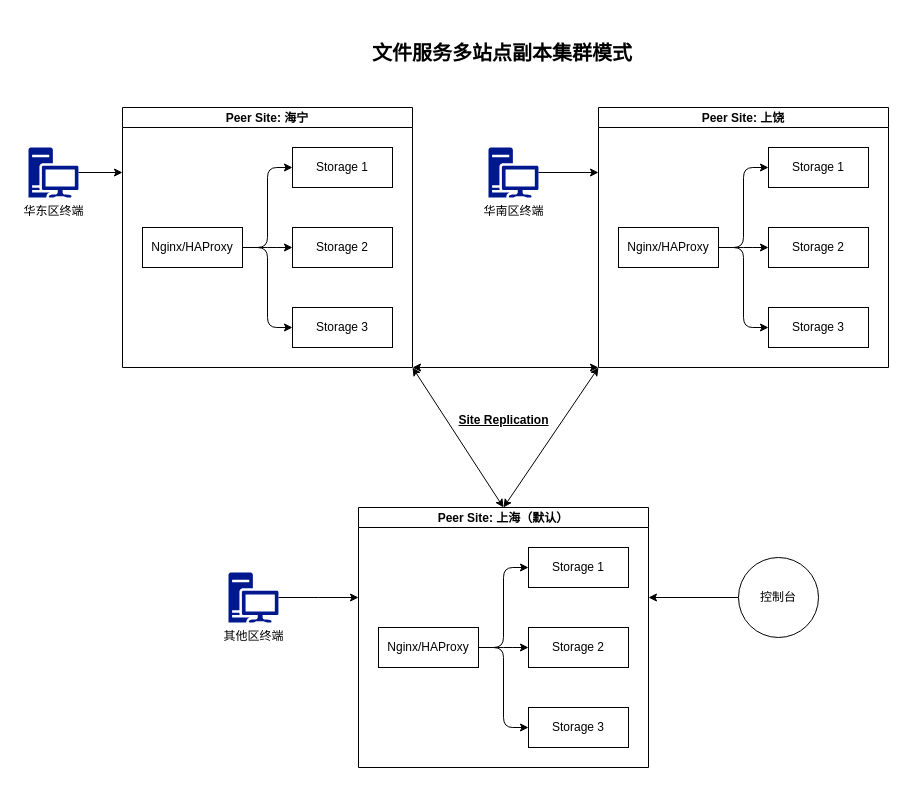
This is minio_replica.drawio from luxiao/drawio, a draw.io file, before an edit. Source tidied: cells renumbered, new cells numbered last; positions are measured from the earlier drawing's top-left corner, leaving out a move shared by most shapes. Both pictures are drawn from the tidied source at 100%, with x=0, y=0 at pixel (28, 17).
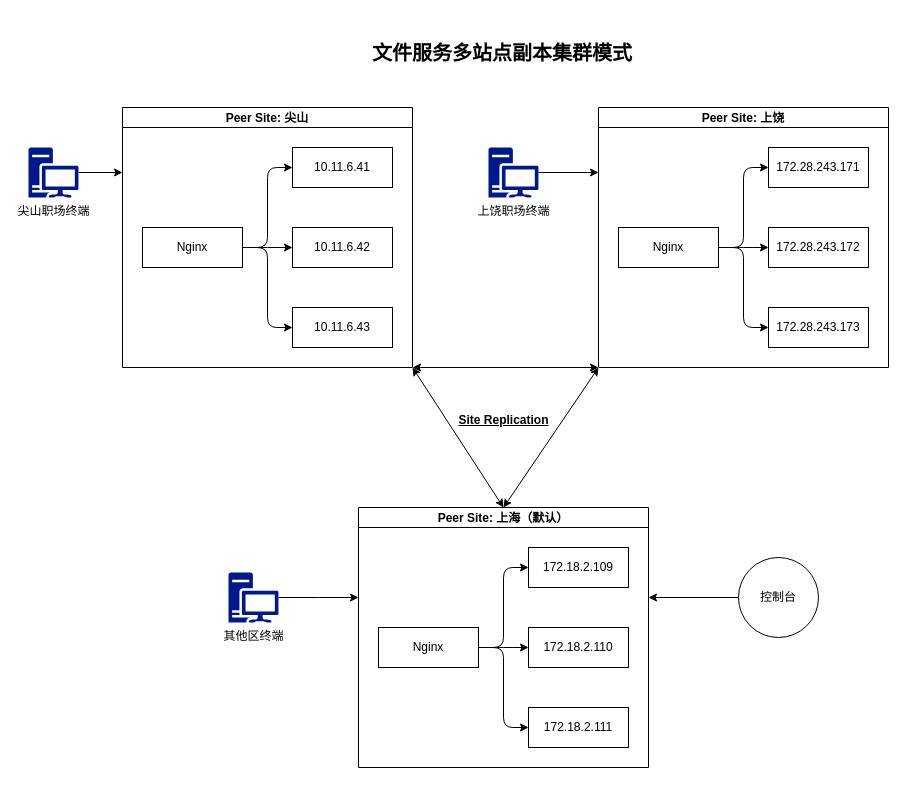
Above is the later version.

Unchanged cells that the change refers to:
```xml
<mxCell id="2" value="Peer Site: 上饶" style="swimlane;startSize=20;horizontal=1;horizontalTree=1;containerType=tree;fontSize=12;" parent="1" vertex="1">
  <mxGeometry x="570" y="90" width="290" height="260" as="geometry" />
</mxCell>
<mxCell id="11" value="Peer Site: 上海（默认）" style="swimlane;startSize=20;horizontal=1;horizontalTree=1;containerType=tree;fontSize=12;" parent="1" vertex="1">
  <mxGeometry x="330" y="490" width="290" height="260" as="geometry" />
</mxCell>
```

What changed in the source:
```diff
@@
-    <mxCell id="3" value="Nginx/HAProxy" style="whiteSpace=wrap;html=1;points=[[0,0,0,0,0],[0,0.25,0,0,0],[0,0.5,0,0,0],[0,0.75,0,0,0],[0,1,0,0,0],[0.25,0,0,0,0],[0.25,1,0,0,0],[0.5,0,0,0,0],[0.5,1,0,0,0],[0.75,0,0,0,0],[0.75,1,0,0,0],[1,0,0,0,0],[1,0.25,0,0,0],[1,0.5,0,0,0],[1,0.75,0,0,0],[1,1,0,0,0]];" parent="2" vertex="1">
+    <mxCell id="3" value="Nginx" style="whiteSpace=wrap;html=1;points=[[0,0,0,0,0],[0,0.25,0,0,0],[0,0.5,0,0,0],[0,0.75,0,0,0],[0,1,0,0,0],[0.25,0,0,0,0],[0.25,1,0,0,0],[0.5,0,0,0,0],[0.5,1,0,0,0],[0.75,0,0,0,0],[0.75,1,0,0,0],[1,0,0,0,0],[1,0.25,0,0,0],[1,0.5,0,0,0],[1,0.75,0,0,0],[1,1,0,0,0]];" parent="2" vertex="1">
       <mxGeometry x="20" y="120" width="100" height="40" as="geometry" />
     </mxCell>
-    <mxCell id="4" value="Storage 1" style="whiteSpace=wrap;html=1;" parent="2" vertex="1">
+    <mxCell id="4" value="172.28.243.171" style="whiteSpace=wrap;html=1;" parent="2" vertex="1">
       <mxGeometry x="170" y="40" width="100" height="40" as="geometry" />
     </mxCell>
@@
-    <mxCell id="6" value="Storage 2" style="whiteSpace=wrap;html=1;" parent="2" vertex="1">
-      <mxGeometry x="170" y="120" width="100" height="40" as="geometry" />
+    <mxCell id="6" value="172.28.243.173" style="whiteSpace=wrap;html=1;" parent="2" vertex="1">
+      <mxGeometry x="170" y="200" width="100" height="40" as="geometry" />
     </mxCell>
@@
-    <mxCell id="9" value="Storage 3" style="whiteSpace=wrap;html=1;points=[[0,0,0,0,0],[0,0.25,0,0,0],[0,0.5,0,0,0],[0,0.75,0,0,0],[0,1,0,0,0],[0.25,0,0,0,0],[0.25,1,0,0,0],[0.5,0,0,0,0],[0.5,1,0,0,0],[0.75,0,0,0,0],[0.75,1,0,0,0],[1,0,0,0,0],[1,0.25,0,0,0],[1,0.5,0,0,0],[1,0.75,0,0,0],[1,1,0,0,0]];" parent="2" vertex="1">
-      <mxGeometry x="170" y="200" width="100" height="40" as="geometry" />
+    <mxCell id="9" value="&lt;div&gt;172.28.243.172&lt;/div&gt;" style="whiteSpace=wrap;html=1;points=[[0,0,0,0,0],[0,0.25,0,0,0],[0,0.5,0,0,0],[0,0.75,0,0,0],[0,1,0,0,0],[0.25,0,0,0,0],[0.25,1,0,0,0],[0.5,0,0,0,0],[0.5,1,0,0,0],[0.75,0,0,0,0],[0.75,1,0,0,0],[1,0,0,0,0],[1,0.25,0,0,0],[1,0.5,0,0,0],[1,0.75,0,0,0],[1,1,0,0,0]];" parent="2" vertex="1">
+      <mxGeometry x="170" y="120" width="100" height="40" as="geometry" />
     </mxCell>
@@
-    <mxCell id="12" value="Nginx/HAProxy" style="whiteSpace=wrap;html=1;points=[[0,0,0,0,0],[0,0.25,0,0,0],[0,0.5,0,0,0],[0,0.75,0,0,0],[0,1,0,0,0],[0.25,0,0,0,0],[0.25,1,0,0,0],[0.5,0,0,0,0],[0.5,1,0,0,0],[0.75,0,0,0,0],[0.75,1,0,0,0],[1,0,0,0,0],[1,0.25,0,0,0],[1,0.5,0,0,0],[1,0.75,0,0,0],[1,1,0,0,0]];" parent="11" vertex="1">
+    <mxCell id="12" value="Nginx" style="whiteSpace=wrap;html=1;points=[[0,0,0,0,0],[0,0.25,0,0,0],[0,0.5,0,0,0],[0,0.75,0,0,0],[0,1,0,0,0],[0.25,0,0,0,0],[0.25,1,0,0,0],[0.5,0,0,0,0],[0.5,1,0,0,0],[0.75,0,0,0,0],[0.75,1,0,0,0],[1,0,0,0,0],[1,0.25,0,0,0],[1,0.5,0,0,0],[1,0.75,0,0,0],[1,1,0,0,0]];" parent="11" vertex="1">
       <mxGeometry x="20" y="120" width="100" height="40" as="geometry" />
     </mxCell>
-    <mxCell id="13" value="Storage 1" style="whiteSpace=wrap;html=1;" parent="11" vertex="1">
+    <mxCell id="13" value="172.18.2.109" style="whiteSpace=wrap;html=1;" parent="11" vertex="1">
       <mxGeometry x="170" y="40" width="100" height="40" as="geometry" />
     </mxCell>
@@
-    <mxCell id="15" value="Storage 2" style="whiteSpace=wrap;html=1;" parent="11" vertex="1">
+    <mxCell id="15" value="172.18.2.110" style="whiteSpace=wrap;html=1;" parent="11" vertex="1">
       <mxGeometry x="170" y="120" width="100" height="40" as="geometry" />
     </mxCell>
@@
-    <mxCell id="18" value="Storage 3" style="whiteSpace=wrap;html=1;points=[[0,0,0,0,0],[0,0.25,0,0,0],[0,0.5,0,0,0],[0,0.75,0,0,0],[0,1,0,0,0],[0.25,0,0,0,0],[0.25,1,0,0,0],[0.5,0,0,0,0],[0.5,1,0,0,0],[0.75,0,0,0,0],[0.75,1,0,0,0],[1,0,0,0,0],[1,0.25,0,0,0],[1,0.5,0,0,0],[1,0.75,0,0,0],[1,1,0,0,0]];" parent="11" vertex="1">
+    <mxCell id="18" value="&lt;div&gt;172.18.2.111&lt;/div&gt;" style="whiteSpace=wrap;html=1;points=[[0,0,0,0,0],[0,0.25,0,0,0],[0,0.5,0,0,0],[0,0.75,0,0,0],[0,1,0,0,0],[0.25,0,0,0,0],[0.25,1,0,0,0],[0.5,0,0,0,0],[0.5,1,0,0,0],[0.75,0,0,0,0],[0.75,1,0,0,0],[1,0,0,0,0],[1,0.25,0,0,0],[1,0.5,0,0,0],[1,0.75,0,0,0],[1,1,0,0,0]];" parent="11" vertex="1">
       <mxGeometry x="170" y="200" width="100" height="40" as="geometry" />
     </mxCell>
-    <mxCell id="19" value="Peer Site: 海宁" style="swimlane;startSize=20;horizontal=1;horizontalTree=1;containerType=tree;fontSize=12;" parent="1" vertex="1">
+    <mxCell id="19" value="Peer Site: 尖山" style="swimlane;startSize=20;horizontal=1;horizontalTree=1;containerType=tree;fontSize=12;" parent="1" vertex="1">
       <mxGeometry x="94" y="90" width="290" height="260" as="geometry" />
     </mxCell>
-    <mxCell id="20" value="Nginx/HAProxy" style="whiteSpace=wrap;html=1;points=[[0,0,0,0,0],[0,0.25,0,0,0],[0,0.5,0,0,0],[0,0.75,0,0,0],[0,1,0,0,0],[0.25,0,0,0,0],[0.25,1,0,0,0],[0.5,0,0,0,0],[0.5,1,0,0,0],[0.75,0,0,0,0],[0.75,1,0,0,0],[1,0,0,0,0],[1,0.25,0,0,0],[1,0.5,0,0,0],[1,0.75,0,0,0],[1,1,0,0,0]];" parent="19" vertex="1">
+    <mxCell id="20" value="Nginx" style="whiteSpace=wrap;html=1;points=[[0,0,0,0,0],[0,0.25,0,0,0],[0,0.5,0,0,0],[0,0.75,0,0,0],[0,1,0,0,0],[0.25,0,0,0,0],[0.25,1,0,0,0],[0.5,0,0,0,0],[0.5,1,0,0,0],[0.75,0,0,0,0],[0.75,1,0,0,0],[1,0,0,0,0],[1,0.25,0,0,0],[1,0.5,0,0,0],[1,0.75,0,0,0],[1,1,0,0,0]];" parent="19" vertex="1">
       <mxGeometry x="20" y="120" width="100" height="40" as="geometry" />
     </mxCell>
-    <mxCell id="21" value="Storage 1" style="whiteSpace=wrap;html=1;" parent="19" vertex="1">
+    <mxCell id="21" value="10.11.6.41" style="whiteSpace=wrap;html=1;" parent="19" vertex="1">
       <mxGeometry x="170" y="40" width="100" height="40" as="geometry" />
     </mxCell>
@@
-    <mxCell id="23" value="Storage 2" style="whiteSpace=wrap;html=1;" parent="19" vertex="1">
+    <mxCell id="23" value="10.11.6.42" style="whiteSpace=wrap;html=1;" parent="19" vertex="1">
       <mxGeometry x="170" y="120" width="100" height="40" as="geometry" />
     </mxCell>
@@
-    <mxCell id="26" value="Storage 3" style="whiteSpace=wrap;html=1;points=[[0,0,0,0,0],[0,0.25,0,0,0],[0,0.5,0,0,0],[0,0.75,0,0,0],[0,1,0,0,0],[0.25,0,0,0,0],[0.25,1,0,0,0],[0.5,0,0,0,0],[0.5,1,0,0,0],[0.75,0,0,0,0],[0.75,1,0,0,0],[1,0,0,0,0],[1,0.25,0,0,0],[1,0.5,0,0,0],[1,0.75,0,0,0],[1,1,0,0,0]];" parent="19" vertex="1">
+    <mxCell id="26" value="10.11.6.43" style="whiteSpace=wrap;html=1;points=[[0,0,0,0,0],[0,0.25,0,0,0],[0,0.5,0,0,0],[0,0.75,0,0,0],[0,1,0,0,0],[0.25,0,0,0,0],[0.25,1,0,0,0],[0.5,0,0,0,0],[0.5,1,0,0,0],[0.75,0,0,0,0],[0.75,1,0,0,0],[1,0,0,0,0],[1,0.25,0,0,0],[1,0.5,0,0,0],[1,0.75,0,0,0],[1,1,0,0,0]];" parent="19" vertex="1">
       <mxGeometry x="170" y="200" width="100" height="40" as="geometry" />
     </mxCell>
@@
-    <mxCell id="28" value="华东区终端" style="sketch=0;shadow=0;dashed=0;html=1;strokeColor=none;labelPosition=center;verticalLabelPosition=bottom;verticalAlign=top;align=center;fillColor=#00188D;shape=mxgraph.mscae.enterprise.workstation_client;" parent="1" vertex="1">
+    <mxCell id="28" value="尖山职场终端" style="sketch=0;shadow=0;dashed=0;html=1;strokeColor=none;labelPosition=center;verticalLabelPosition=bottom;verticalAlign=top;align=center;fillColor=#00188D;shape=mxgraph.mscae.enterprise.workstation_client;" parent="1" vertex="1">
       <mxGeometry y="130" width="50" height="50" as="geometry" />
     </mxCell>
@@
-    <mxCell id="30" value="华南区终端" style="sketch=0;shadow=0;dashed=0;html=1;strokeColor=none;labelPosition=center;verticalLabelPosition=bottom;verticalAlign=top;align=center;fillColor=#00188D;shape=mxgraph.mscae.enterprise.workstation_client;" parent="1" vertex="1">
+    <mxCell id="30" value="&lt;div&gt;上饶职场终端&lt;/div&gt;" style="sketch=0;shadow=0;dashed=0;html=1;strokeColor=none;labelPosition=center;verticalLabelPosition=bottom;verticalAlign=top;align=center;fillColor=#00188D;shape=mxgraph.mscae.enterprise.workstation_client;" parent="1" vertex="1">
       <mxGeometry x="460" y="130" width="50" height="50" as="geometry" />
     </mxCell>
```
